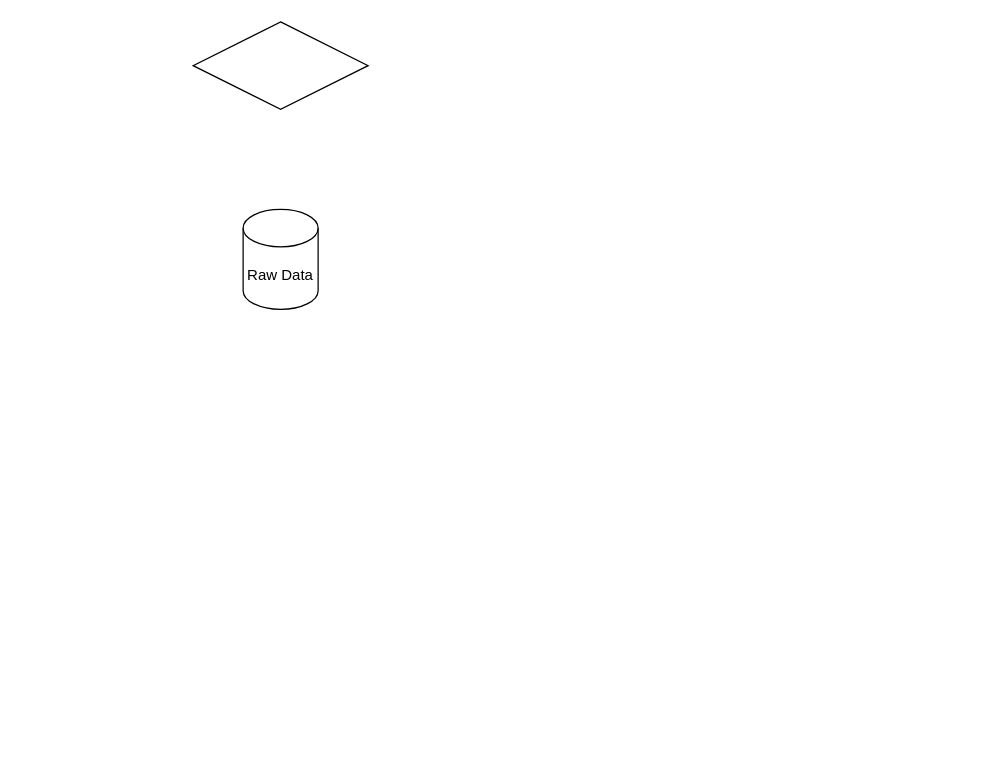
This is Assignment 3/KubeflowPipeline.drawio from RomarN/DE-group-5, a draw.io file, before an edit. Source tidied: cells renumbered, new cells numbered last; positions are measured from the earlier drawing's top-left corner, leaving out a move shared by most shapes. Both pictures are drawn from the tidied source at 125%, with x=0, y=0 at pixel (192, 21).
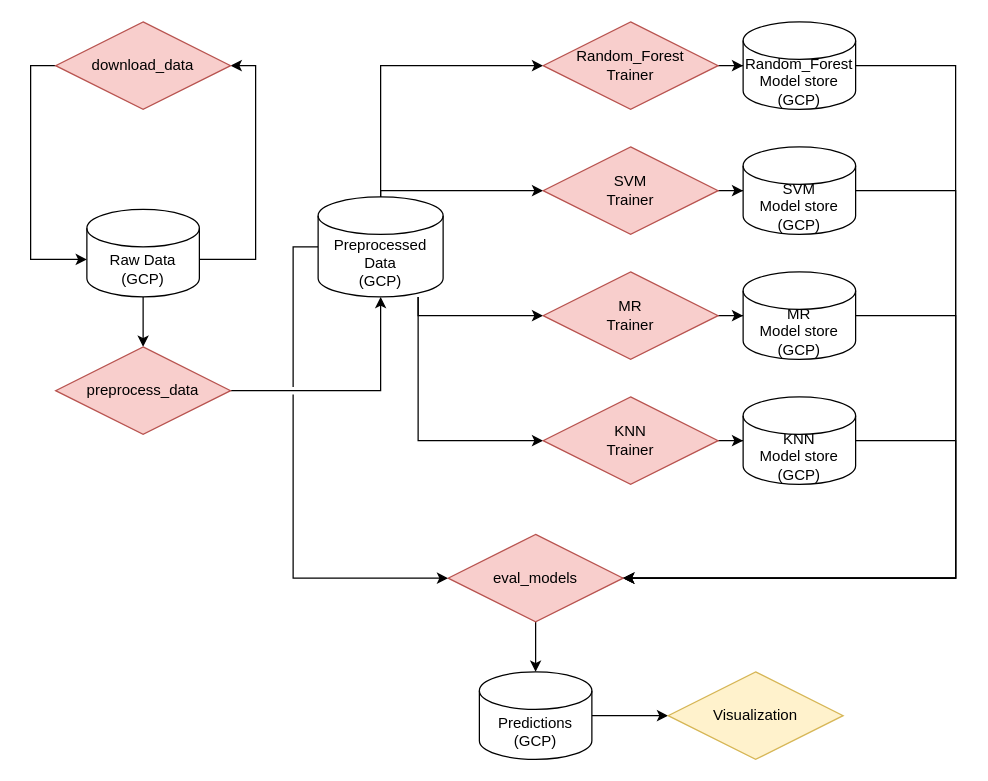
Above is the later version.

Change to the diagram source:
```diff
@@
+    <mxCell id="4" style="edgeStyle=orthogonalEdgeStyle;rounded=0;jettySize=auto;html=1;entryX=1;entryY=0.5;entryDx=0;entryDy=0;" parent="1" edge="1" source="2" target="3">
+      <mxGeometry relative="1" as="geometry">
+        <Array as="points">
+          <mxPoint x="50" y="190" />
+          <mxPoint x="50" y="35" />
+        </Array>
+      </mxGeometry>
+    </mxCell>
+    <mxCell id="5" style="edgeStyle=orthogonalEdgeStyle;rounded=0;jettySize=auto;html=1;" parent="1" edge="1" source="2" target="8">
+      <mxGeometry relative="1" as="geometry" />
+    </mxCell>
-    <mxCell id="2" value="Raw Data" style="shape=cylinder3;whiteSpace=wrap;html=1;boundedLbl=1;backgroundOutline=1;size=15;" parent="1" vertex="1">
-      <mxGeometry x="40" y="150" width="60" height="80" as="geometry" />
+    <mxCell id="2" value="Raw Data&lt;br&gt;(GCP)" style="shape=cylinder3;whiteSpace=wrap;html=1;boundedLbl=1;backgroundOutline=1;size=15;" parent="1" vertex="1">
+      <mxGeometry x="-85" y="150" width="90" height="70" as="geometry" />
     </mxCell>
+    <mxCell id="6" style="edgeStyle=orthogonalEdgeStyle;rounded=0;jettySize=auto;html=1;" parent="1" edge="1" source="3" target="2">
+      <mxGeometry relative="1" as="geometry">
+        <Array as="points">
+          <mxPoint x="-130" y="35" />
+          <mxPoint x="-130" y="190" />
+        </Array>
+      </mxGeometry>
+    </mxCell>
-    <mxCell id="3" style="rhombus;whiteSpace=wrap;html=1;" parent="1" vertex="1">
-      <mxGeometry width="140" height="70" as="geometry" />
+    <mxCell id="3" value="download_data" style="rhombus;whiteSpace=wrap;html=1;fillColor=#f8cecc;strokeColor=#b85450;" parent="1" vertex="1">
+      <mxGeometry x="-110" width="140" height="70" as="geometry" />
     </mxCell>
+    <mxCell id="7" style="edgeStyle=orthogonalEdgeStyle;rounded=0;jettySize=auto;html=1;" parent="1" edge="1" source="8" target="14">
+      <mxGeometry relative="1" as="geometry" />
+    </mxCell>
+    <mxCell id="8" value="preprocess_data" style="rhombus;whiteSpace=wrap;html=1;fillColor=#f8cecc;strokeColor=#b85450;" parent="1" vertex="1">
+      <mxGeometry x="-110" y="260" width="140" height="70" as="geometry" />
+    </mxCell>
+    <mxCell id="9" style="edgeStyle=orthogonalEdgeStyle;rounded=0;jettySize=auto;html=1;" parent="1" edge="1" source="14" target="16">
+      <mxGeometry relative="1" as="geometry">
+        <Array as="points">
+          <mxPoint x="150" y="35" />
+        </Array>
+      </mxGeometry>
+    </mxCell>
+    <mxCell id="10" style="edgeStyle=orthogonalEdgeStyle;rounded=0;jettySize=auto;html=1;" parent="1" edge="1" source="14" target="18">
+      <mxGeometry relative="1" as="geometry">
+        <Array as="points">
+          <mxPoint x="150" y="135" />
+        </Array>
+      </mxGeometry>
+    </mxCell>
+    <mxCell id="11" style="edgeStyle=orthogonalEdgeStyle;rounded=0;jettySize=auto;html=1;" parent="1" edge="1" source="14" target="20">
+      <mxGeometry relative="1" as="geometry">
+        <Array as="points">
+          <mxPoint x="180" y="235" />
+        </Array>
+      </mxGeometry>
+    </mxCell>
+    <mxCell id="12" style="edgeStyle=orthogonalEdgeStyle;rounded=0;jettySize=auto;html=1;entryX=0;entryY=0.5;entryDx=0;entryDy=0;" parent="1" edge="1" source="14" target="22">
+      <mxGeometry relative="1" as="geometry">
+        <Array as="points">
+          <mxPoint x="180" y="335" />
+        </Array>
+      </mxGeometry>
+    </mxCell>
+    <mxCell id="13" style="edgeStyle=orthogonalEdgeStyle;rounded=0;jettySize=auto;html=1;shadow=0;jumpStyle=gap;" parent="1" edge="1" source="14" target="32">
+      <mxGeometry relative="1" as="geometry">
+        <Array as="points">
+          <mxPoint x="80" y="180" />
+          <mxPoint x="80" y="445" />
+        </Array>
+      </mxGeometry>
+    </mxCell>
+    <mxCell id="14" value="Preprocessed&lt;br&gt;Data&lt;br&gt;(GCP)" style="shape=cylinder3;whiteSpace=wrap;html=1;boundedLbl=1;backgroundOutline=1;size=15;" parent="1" vertex="1">
+      <mxGeometry x="100" y="140" width="100" height="80" as="geometry" />
+    </mxCell>
+    <mxCell id="15" style="edgeStyle=orthogonalEdgeStyle;rounded=0;jettySize=auto;html=1;" parent="1" edge="1" source="16" target="24">
+      <mxGeometry relative="1" as="geometry" />
+    </mxCell>
+    <mxCell id="16" value="Random_Forest&lt;br&gt;Trainer" style="rhombus;whiteSpace=wrap;html=1;fillColor=#f8cecc;strokeColor=#b85450;" parent="1" vertex="1">
+      <mxGeometry x="280" width="140" height="70" as="geometry" />
+    </mxCell>
+    <mxCell id="17" style="edgeStyle=orthogonalEdgeStyle;rounded=0;jettySize=auto;html=1;" parent="1" edge="1" source="18" target="26">
+      <mxGeometry relative="1" as="geometry" />
+    </mxCell>
+    <mxCell id="18" value="SVM&lt;br&gt;Trainer" style="rhombus;whiteSpace=wrap;html=1;fillColor=#f8cecc;strokeColor=#b85450;" parent="1" vertex="1">
+      <mxGeometry x="280" y="100" width="140" height="70" as="geometry" />
+    </mxCell>
+    <mxCell id="19" style="edgeStyle=orthogonalEdgeStyle;rounded=0;jettySize=auto;html=1;" parent="1" edge="1" source="20" target="28">
+      <mxGeometry relative="1" as="geometry" />
+    </mxCell>
+    <mxCell id="20" value="MR&lt;br&gt;Trainer" style="rhombus;whiteSpace=wrap;html=1;fillColor=#f8cecc;strokeColor=#b85450;" parent="1" vertex="1">
+      <mxGeometry x="280" y="200" width="140" height="70" as="geometry" />
+    </mxCell>
+    <mxCell id="21" style="edgeStyle=orthogonalEdgeStyle;rounded=0;jettySize=auto;html=1;" parent="1" edge="1" source="22" target="30">
+      <mxGeometry relative="1" as="geometry" />
+    </mxCell>
+    <mxCell id="22" value="KNN&lt;br&gt;Trainer" style="rhombus;whiteSpace=wrap;html=1;fillColor=#f8cecc;strokeColor=#b85450;" parent="1" vertex="1">
+      <mxGeometry x="280" y="300" width="140" height="70" as="geometry" />
+    </mxCell>
+    <mxCell id="23" style="edgeStyle=orthogonalEdgeStyle;rounded=0;jettySize=auto;html=1;entryX=1;entryY=0.5;entryDx=0;entryDy=0;" parent="1" edge="1" source="24" target="32">
+      <mxGeometry relative="1" as="geometry">
+        <Array as="points">
+          <mxPoint x="610" y="35" />
+          <mxPoint x="610" y="445" />
+        </Array>
+      </mxGeometry>
+    </mxCell>
+    <mxCell id="24" value="Random_Forest&lt;br&gt;Model store&lt;br&gt;(GCP)" style="shape=cylinder3;whiteSpace=wrap;html=1;boundedLbl=1;backgroundOutline=1;size=15;" parent="1" vertex="1">
+      <mxGeometry x="440" width="90" height="70" as="geometry" />
+    </mxCell>
+    <mxCell id="25" style="edgeStyle=orthogonalEdgeStyle;rounded=0;jettySize=auto;html=1;" parent="1" edge="1" source="26" target="32">
+      <mxGeometry relative="1" as="geometry">
+        <Array as="points">
+          <mxPoint x="610" y="135" />
+          <mxPoint x="610" y="445" />
+        </Array>
+      </mxGeometry>
+    </mxCell>
+    <mxCell id="26" value="SVM&lt;br&gt;Model store&lt;br&gt;(GCP)" style="shape=cylinder3;whiteSpace=wrap;html=1;boundedLbl=1;backgroundOutline=1;size=15;" parent="1" vertex="1">
+      <mxGeometry x="440" y="100" width="90" height="70" as="geometry" />
+    </mxCell>
+    <mxCell id="27" style="edgeStyle=orthogonalEdgeStyle;rounded=0;jettySize=auto;html=1;" parent="1" edge="1" source="28" target="32">
+      <mxGeometry relative="1" as="geometry">
+        <Array as="points">
+          <mxPoint x="610" y="235" />
+          <mxPoint x="610" y="445" />
+        </Array>
+      </mxGeometry>
+    </mxCell>
+    <mxCell id="28" value="MR&lt;br&gt;Model store&lt;br&gt;(GCP)" style="shape=cylinder3;whiteSpace=wrap;html=1;boundedLbl=1;backgroundOutline=1;size=15;" parent="1" vertex="1">
+      <mxGeometry x="440" y="200" width="90" height="70" as="geometry" />
+    </mxCell>
+    <mxCell id="29" style="edgeStyle=orthogonalEdgeStyle;rounded=0;jettySize=auto;html=1;entryX=0.907;entryY=0.6;entryDx=0;entryDy=0;entryPerimeter=0;" parent="1" edge="1" source="30" target="32">
+      <mxGeometry relative="1" as="geometry">
+        <Array as="points">
+          <mxPoint x="610" y="335" />
+          <mxPoint x="610" y="445" />
+          <mxPoint x="331" y="445" />
+        </Array>
+      </mxGeometry>
+    </mxCell>
+    <mxCell id="30" value="KNN&lt;br&gt;Model store&lt;br&gt;(GCP)" style="shape=cylinder3;whiteSpace=wrap;html=1;boundedLbl=1;backgroundOutline=1;size=15;" parent="1" vertex="1">
+      <mxGeometry x="440" y="300" width="90" height="70" as="geometry" />
+    </mxCell>
+    <mxCell id="31" style="edgeStyle=orthogonalEdgeStyle;rounded=0;jumpStyle=gap;jettySize=auto;html=1;shadow=0;" parent="1" edge="1" source="32" target="34">
+      <mxGeometry relative="1" as="geometry" />
+    </mxCell>
+    <mxCell id="32" value="eval_models" style="rhombus;whiteSpace=wrap;html=1;fillColor=#f8cecc;strokeColor=#b85450;" parent="1" vertex="1">
+      <mxGeometry x="204" y="410" width="140" height="70" as="geometry" />
+    </mxCell>
+    <mxCell id="33" style="edgeStyle=orthogonalEdgeStyle;rounded=0;jumpStyle=gap;jettySize=auto;html=1;shadow=0;" parent="1" edge="1" source="34" target="35">
+      <mxGeometry relative="1" as="geometry" />
+    </mxCell>
+    <mxCell id="34" value="Predictions&lt;br&gt;(GCP)" style="shape=cylinder3;whiteSpace=wrap;html=1;boundedLbl=1;backgroundOutline=1;size=15;" parent="1" vertex="1">
+      <mxGeometry x="229" y="520" width="90" height="70" as="geometry" />
+    </mxCell>
+    <mxCell id="35" value="Visualization" style="rhombus;whiteSpace=wrap;html=1;fillColor=#fff2cc;strokeColor=#d6b656;" parent="1" vertex="1">
+      <mxGeometry x="380" y="520" width="140" height="70" as="geometry" />
+    </mxCell>
```
